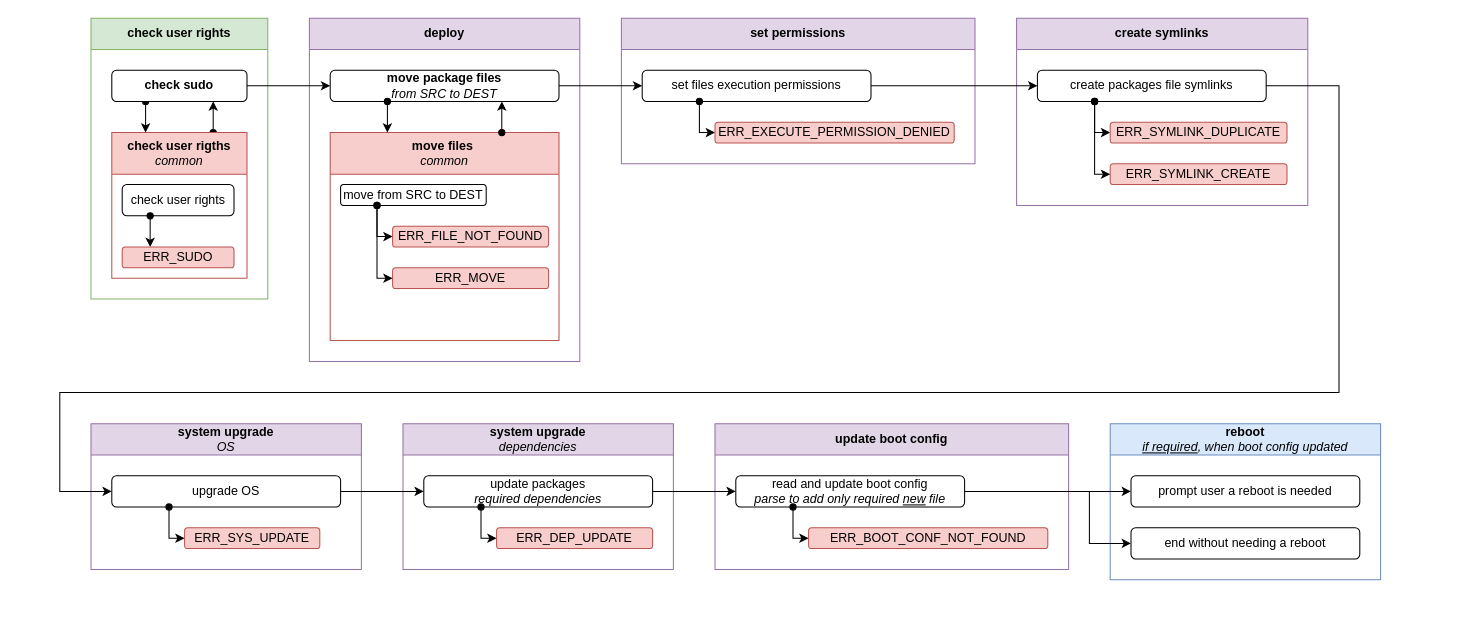
repeact/embedded-sw keeps this draw.io diagram as page "install-process" (2 of 4) of docs/arch/arch.drawio. Above is the earlier version. Source tidied: cells renumbered, new cells numbered last; positions are measured from the earlier drawing's top-left corner, leaving out a move shared by most shapes. Both pictures are drawn from the tidied source at 104%, with x=0, y=0 at pixel (59, 18).
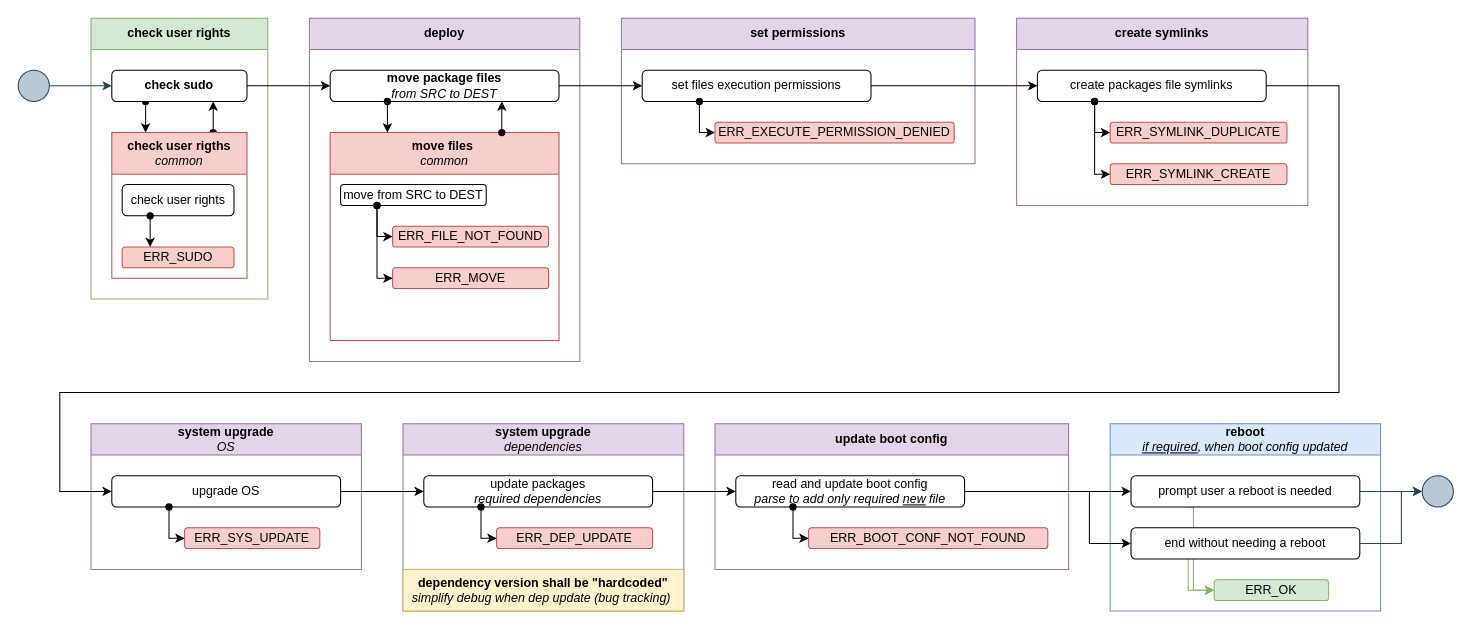
After the change.

Unchanged cells that the change refers to:
```xml
<mxCell id="9" value="&lt;b&gt;check sudo&lt;/b&gt;" style="rounded=1;whiteSpace=wrap;html=1;" parent="2" vertex="1">
  <mxGeometry x="20" y="50" width="130" height="30" as="geometry" />
</mxCell>
<mxCell id="39" value="prompt user a reboot is needed" style="rounded=1;whiteSpace=wrap;html=1;" parent="38" vertex="1">
  <mxGeometry x="20" y="50" width="220" height="30" as="geometry" />
</mxCell>
<mxCell id="40" value="end without needing a reboot" style="rounded=1;whiteSpace=wrap;html=1;" parent="38" vertex="1">
  <mxGeometry x="20" y="100" width="220" height="30" as="geometry" />
</mxCell>
```

Change to the diagram source:
```diff
@@
     <mxCell id="38" value="reboot&lt;div&gt;&lt;span style=&quot;font-weight: normal;&quot;&gt;&lt;i&gt;&lt;u&gt;if required&lt;/u&gt;, when boot config updated&lt;/i&gt;&lt;/span&gt;&lt;/div&gt;" style="swimlane;whiteSpace=wrap;html=1;startSize=30;fillColor=#dae8fc;strokeColor=#6c8ebf;" parent="1" vertex="1">
-      <mxGeometry x="1010" y="390" width="260" height="150" as="geometry" />
+      <mxGeometry x="1010" y="390" width="260" height="180" as="geometry" />
     </mxCell>
+    <mxCell id="53" style="edgeStyle=orthogonalEdgeStyle;rounded=0;jettySize=auto;html=1;exitX=0.25;exitY=1;exitDx=0;exitDy=0;entryX=0;entryY=0.5;entryDx=0;entryDy=0;fillColor=#d5e8d4;strokeColor=#82b366;" parent="38" edge="1" source="39" target="55">
+      <mxGeometry relative="1" as="geometry">
+        <Array as="points">
+          <mxPoint x="80" y="80" />
+          <mxPoint x="80" y="160" />
+        </Array>
+      </mxGeometry>
+    </mxCell>
@@
+    <mxCell id="54" style="edgeStyle=orthogonalEdgeStyle;rounded=0;jettySize=auto;html=1;exitX=0.25;exitY=1;exitDx=0;exitDy=0;entryX=0;entryY=0.5;entryDx=0;entryDy=0;fillColor=#d5e8d4;strokeColor=#82b366;" parent="38" edge="1" source="40" target="55">
+      <mxGeometry relative="1" as="geometry">
+        <Array as="points">
+          <mxPoint x="75" y="160" />
+        </Array>
+      </mxGeometry>
+    </mxCell>
@@
+    <mxCell id="55" value="ERR_OK" style="rounded=1;whiteSpace=wrap;html=1;fillColor=#d5e8d4;strokeColor=#82b366;" parent="38" vertex="1">
+      <mxGeometry x="100" y="150" width="110" height="20" as="geometry" />
+    </mxCell>
     <mxCell id="41" value="system upgrade&lt;div&gt;&lt;span style=&quot;font-weight: normal;&quot;&gt;&lt;i&gt;dependencies&lt;/i&gt;&lt;/span&gt;&lt;/div&gt;" style="swimlane;whiteSpace=wrap;html=1;startSize=30;fillColor=#e1d5e7;strokeColor=#9673a6;" parent="1" vertex="1">
-      <mxGeometry x="330" y="390" width="260" height="140" as="geometry" />
+      <mxGeometry x="330" y="390" width="270" height="180" as="geometry" />
     </mxCell>
@@
+    <mxCell id="56" value="dependency version shall be &quot;hardcoded&quot;&lt;div&gt;&lt;span style=&quot;font-weight: normal;&quot;&gt;&lt;i&gt;simplify debug when dep update (bug tracking)&lt;/i&gt;&lt;/span&gt;&amp;nbsp;&lt;/div&gt;" style="rounded=0;whiteSpace=wrap;html=1;fillColor=#fff2cc;strokeColor=#d6b656;fontStyle=1;" parent="41" vertex="1">
+      <mxGeometry y="140" width="270" height="40" as="geometry" />
+    </mxCell>
@@
+    <mxCell id="57" style="ellipse;whiteSpace=wrap;html=1;fillColor=#bac8d3;strokeColor=#23445d;" parent="1" vertex="1">
+      <mxGeometry x="-40" y="50" width="30" height="30" as="geometry" />
+    </mxCell>
+    <mxCell id="58" style="edgeStyle=orthogonalEdgeStyle;rounded=0;jettySize=auto;html=1;entryX=0;entryY=0.5;entryDx=0;entryDy=0;fillColor=#bac8d3;strokeColor=#23445d;" parent="1" edge="1" source="57" target="9">
+      <mxGeometry relative="1" as="geometry" />
+    </mxCell>
+    <mxCell id="59" style="ellipse;whiteSpace=wrap;html=1;fillColor=#bac8d3;strokeColor=#23445d;" parent="1" vertex="1">
+      <mxGeometry x="1310" y="440" width="30" height="30" as="geometry" />
+    </mxCell>
+    <mxCell id="60" style="edgeStyle=orthogonalEdgeStyle;rounded=0;jettySize=auto;html=1;exitX=1;exitY=0.5;exitDx=0;exitDy=0;entryX=0;entryY=0.5;entryDx=0;entryDy=0;fillColor=#bac8d3;strokeColor=#23445d;" parent="1" edge="1" source="39" target="59">
+      <mxGeometry relative="1" as="geometry">
+        <Array as="points">
+          <mxPoint x="1300" y="455" />
+          <mxPoint x="1300" y="455" />
+        </Array>
+      </mxGeometry>
+    </mxCell>
+    <mxCell id="61" style="edgeStyle=orthogonalEdgeStyle;rounded=0;jettySize=auto;html=1;exitX=1;exitY=0.5;exitDx=0;exitDy=0;entryX=0;entryY=0.5;entryDx=0;entryDy=0;fillColor=#bac8d3;strokeColor=#23445d;" parent="1" edge="1" source="40" target="59">
+      <mxGeometry relative="1" as="geometry">
+        <Array as="points">
+          <mxPoint x="1290" y="505" />
+          <mxPoint x="1290" y="455" />
+        </Array>
+      </mxGeometry>
+    </mxCell>
```
